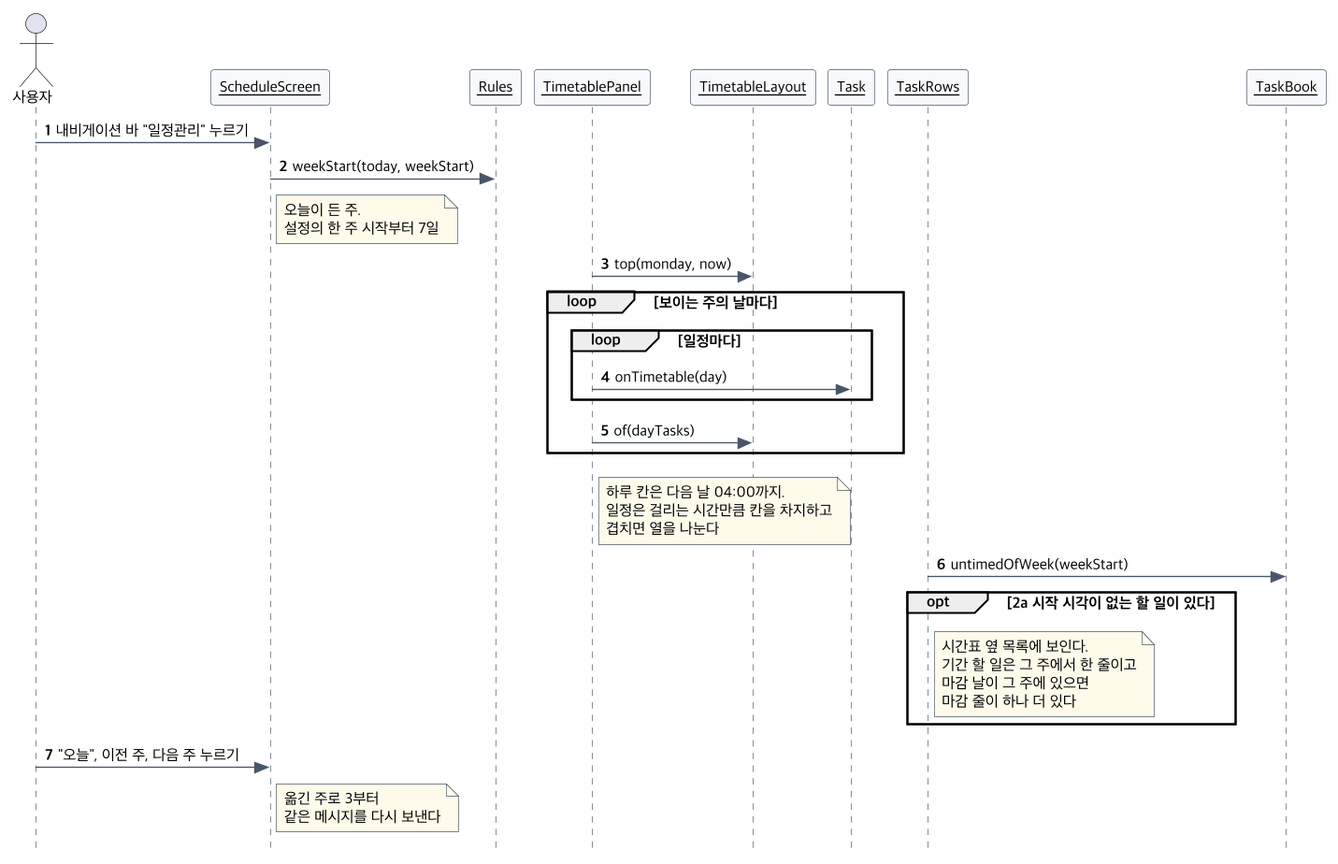
This is docs/diagrams/seq-uc10.png from 2026-2-software-system-design-11/planning-pet-app, a PlantUML export, as it was before one commit.
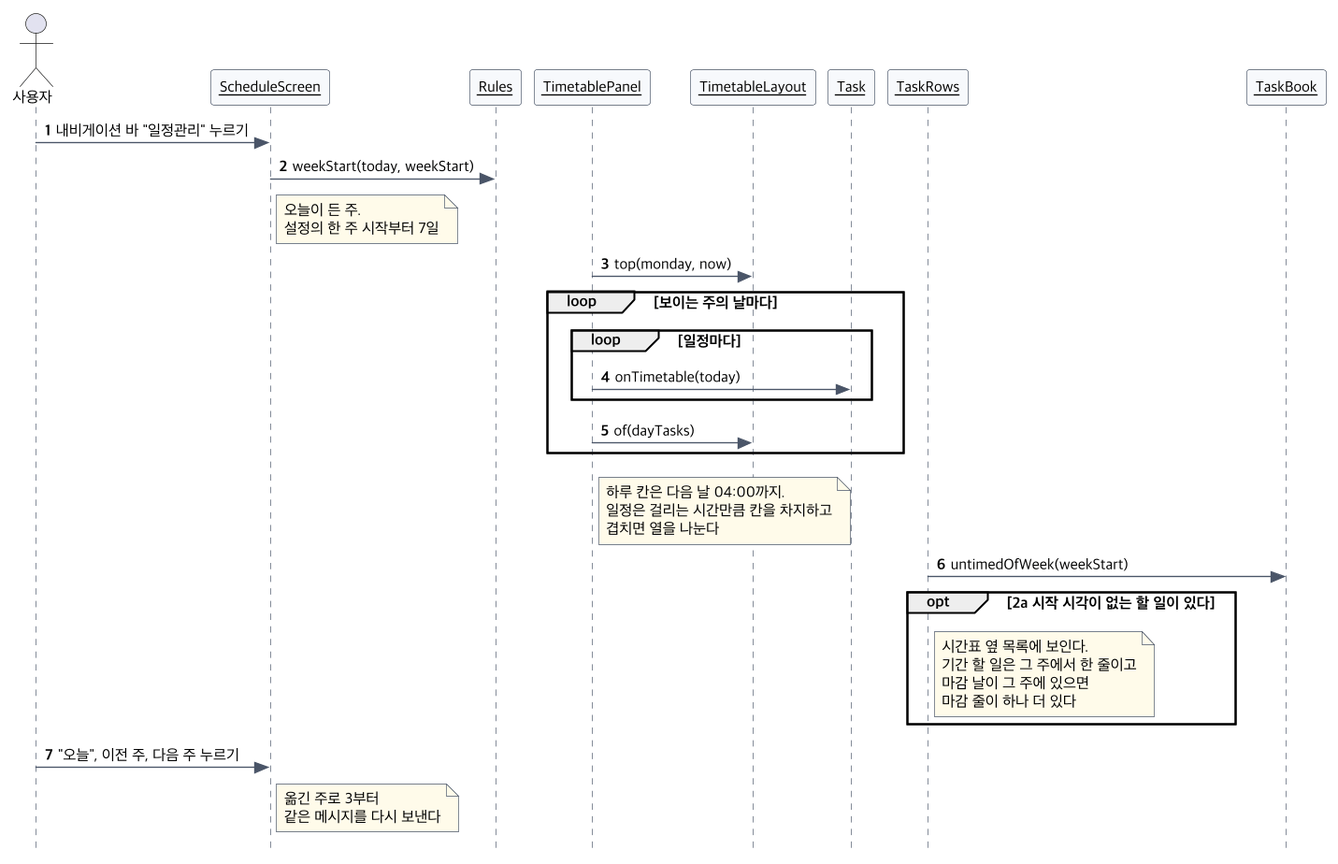
After the commit.

Change to the diagram source:
```diff
@@ -14,7 +14,7 @@
 TimetablePanel -> TimetableLayout : top(monday, now)
 loop 보이는 주의 날마다
   loop 일정마다
-    TimetablePanel -> Task : onTimetable(day)
+    TimetablePanel -> Task : onTimetable(today)
   end
   TimetablePanel -> TimetableLayout : of(dayTasks)
 end
```
